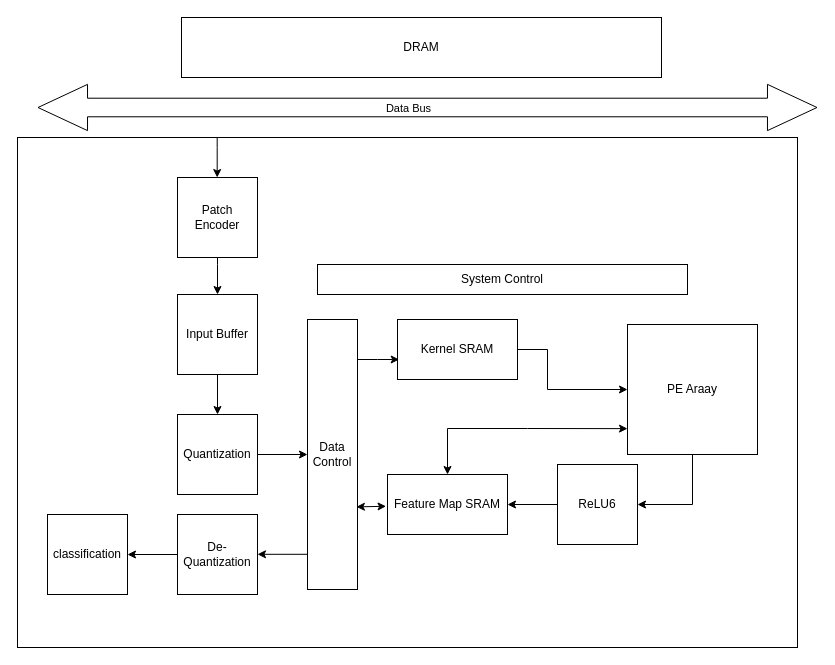
Earlier version of the draw.io diagram 未命名绘图.drawio (jihuien/ML100Days). Source tidied: cells renumbered, new cells numbered last; positions are measured from the earlier drawing's top-left corner, leaving out a move shared by most shapes. Both pictures are drawn from the tidied source at 100%, with x=0, y=0 at pixel (17, 17).
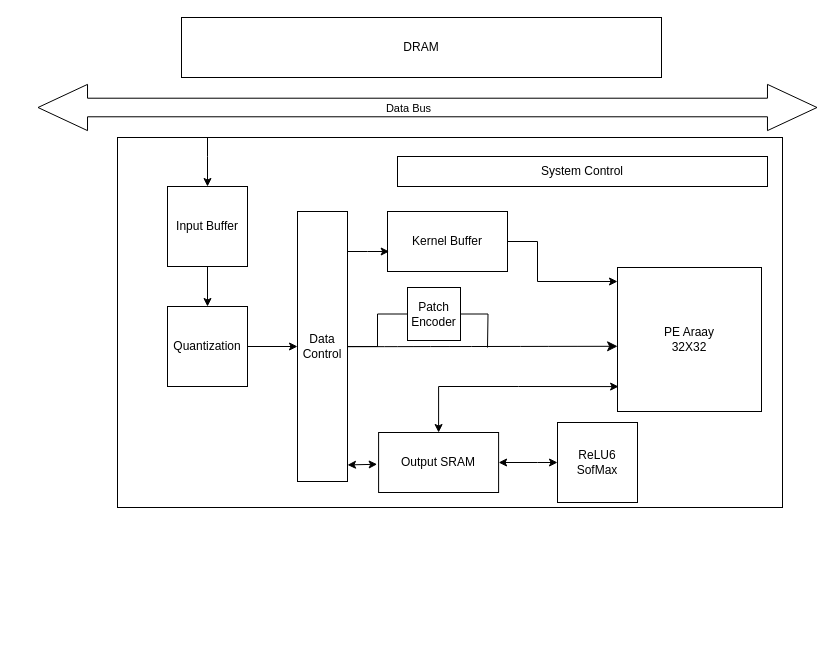
After the change.

Commit message:
更新未命名绘图.drawio

What changed in the source:
```diff
@@
+    <mxCell id="3" style="rounded=0;whiteSpace=wrap;html=1;" parent="1" vertex="1">
+      <mxGeometry x="100" y="120" width="665" height="370" as="geometry" />
+    </mxCell>
@@
-    <mxCell id="3" style="rounded=0;whiteSpace=wrap;html=1;" parent="1" vertex="1">
-      <mxGeometry y="120" width="780" height="510" as="geometry" />
-    </mxCell>
     <mxCell id="4" style="edgeStyle=orthogonalEdgeStyle;rounded=0;jettySize=auto;html=1;exitX=1;exitY=0.5;exitDx=0;exitDy=0;" parent="1" edge="1" source="5" target="7">
       <mxGeometry relative="1" as="geometry">
         <Array as="points">
-          <mxPoint x="530" y="332" />
-          <mxPoint x="530" y="372" />
+          <mxPoint x="520" y="224" />
+          <mxPoint x="520" y="264" />
         </Array>
       </mxGeometry>
     </mxCell>
-    <mxCell id="5" value="Kernel SRAM" style="rounded=0;whiteSpace=wrap;html=1;" parent="1" vertex="1">
-      <mxGeometry x="380" y="302" width="120" height="60" as="geometry" />
+    <mxCell id="5" value="Kernel Buffer" style="rounded=0;whiteSpace=wrap;html=1;" parent="1" vertex="1">
+      <mxGeometry x="370" y="194" width="120" height="60" as="geometry" />
     </mxCell>
-    <mxCell id="6" style="edgeStyle=orthogonalEdgeStyle;rounded=0;jettySize=auto;html=1;entryX=1;entryY=0.5;entryDx=0;entryDy=0;" parent="1" edge="1" source="7" target="27">
-      <mxGeometry relative="1" as="geometry" />
-    </mxCell>
-    <mxCell id="7" value="PE Araay" style="whiteSpace=wrap;html=1;" parent="1" vertex="1">
-      <mxGeometry x="610" y="307" width="130" height="130" as="geometry" />
+    <mxCell id="7" value="PE Araay&lt;div&gt;32X32&lt;/div&gt;" style="whiteSpace=wrap;html=1;" parent="1" vertex="1">
+      <mxGeometry x="600" y="250" width="144" height="144" as="geometry" />
     </mxCell>
     <mxCell id="8" value="System Control" style="rounded=0;whiteSpace=wrap;html=1;" parent="1" vertex="1">
-      <mxGeometry x="300" y="247" width="370" height="30" as="geometry" />
+      <mxGeometry x="380" y="139" width="370" height="30" as="geometry" />
     </mxCell>
+    <mxCell id="29" style="edgeStyle=orthogonalEdgeStyle;rounded=0;jettySize=auto;html=1;entryX=0;entryY=0.5;entryDx=0;entryDy=0;fontSize=12;startSize=8;endSize=8;endArrow=none;startFill=0;" parent="1" edge="1" source="9" target="23">
+      <mxGeometry relative="1" as="geometry" />
+    </mxCell>
     <mxCell id="9" value="Data Control" style="rounded=0;whiteSpace=wrap;html=1;" parent="1" vertex="1">
-      <mxGeometry x="290" y="302" width="50" height="270" as="geometry" />
+      <mxGeometry x="280" y="194" width="50" height="270" as="geometry" />
     </mxCell>
@@
     <mxCell id="11" value="Quantization" style="whiteSpace=wrap;html=1;" parent="1" vertex="1">
-      <mxGeometry x="160" y="397" width="80" height="80" as="geometry" />
+      <mxGeometry x="150" y="289" width="80" height="80" as="geometry" />
     </mxCell>
@@
     <mxCell id="13" value="Input Buffer" style="whiteSpace=wrap;html=1;" parent="1" vertex="1">
-      <mxGeometry x="160" y="277" width="80" height="80" as="geometry" />
+      <mxGeometry x="150" y="169" width="80" height="80" as="geometry" />
     </mxCell>
     <mxCell id="14" style="endArrow=classic;html=1;rounded=0;entryX=0.5;entryY=0;entryDx=0;entryDy=0;" parent="1" edge="1" target="13">
       <mxGeometry relative="1" as="geometry">
-        <mxPoint x="200" y="237" as="sourcePoint" />
+        <mxPoint x="190" y="120" as="sourcePoint" />
         <Array as="points">
-          <mxPoint x="200" y="247" />
+          <mxPoint x="190" y="139" />
         </Array>
       </mxGeometry>
     </mxCell>
-    <mxCell id="15" value="Feature Map SRAM" style="rounded=0;whiteSpace=wrap;html=1;" parent="1" vertex="1">
-      <mxGeometry x="370" y="457" width="120" height="60" as="geometry" />
+    <mxCell id="15" value="Output SRAM" style="rounded=0;whiteSpace=wrap;html=1;" parent="1" vertex="1">
+      <mxGeometry x="361.1" y="415" width="120" height="60" as="geometry" />
     </mxCell>
-    <mxCell id="16" style="edgeStyle=orthogonalEdgeStyle;rounded=0;jettySize=auto;html=1;entryX=0;entryY=0.801;entryDx=0;entryDy=0;entryPerimeter=0;startArrow=classic;startFill=1;" parent="1" edge="1" source="15" target="7">
+    <mxCell id="16" style="edgeStyle=orthogonalEdgeStyle;rounded=0;jettySize=auto;html=1;entryX=0;entryY=0.801;entryDx=0;entryDy=0;entryPerimeter=0;startArrow=classic;startFill=1;" parent="1" edge="1" source="15">
       <mxGeometry relative="1" as="geometry">
+        <mxPoint x="601.1" y="369.1" as="targetPoint" />
         <Array as="points">
-          <mxPoint x="510" y="411" />
-          <mxPoint x="510" y="411" />
+          <mxPoint x="501.1" y="369" />
+          <mxPoint x="501.1" y="369" />
         </Array>
       </mxGeometry>
     </mxCell>
-    <mxCell id="17" value="classification" style="whiteSpace=wrap;html=1;" parent="1" vertex="1">
-      <mxGeometry x="30" y="497" width="80" height="80" as="geometry" />
-    </mxCell>
     <mxCell id="18" style="edgeStyle=orthogonalEdgeStyle;rounded=0;jettySize=auto;html=1;entryX=0.014;entryY=0.667;entryDx=0;entryDy=0;entryPerimeter=0;" parent="1" edge="1" source="9" target="5">
       <mxGeometry relative="1" as="geometry">
         <Array as="points">
-          <mxPoint x="360" y="342" />
-          <mxPoint x="360" y="342" />
+          <mxPoint x="350" y="234" />
+          <mxPoint x="350" y="234" />
         </Array>
       </mxGeometry>
     </mxCell>
-    <mxCell id="19" style="edgeStyle=orthogonalEdgeStyle;rounded=0;jettySize=auto;html=1;" parent="1" edge="1" source="20" target="17">
-      <mxGeometry relative="1" as="geometry" />
-    </mxCell>
-    <mxCell id="20" value="De-Quantization" style="whiteSpace=wrap;html=1;" parent="1" vertex="1">
-      <mxGeometry x="160" y="497" width="80" height="80" as="geometry" />
-    </mxCell>
@@
+    <mxCell id="30" style="rounded=0;jettySize=auto;html=1;exitX=1;exitY=0.5;exitDx=0;exitDy=0;fontSize=12;startSize=8;endSize=8;edgeStyle=orthogonalEdgeStyle;endArrow=none;endFill=1;startFill=0;" parent="1" edge="1" source="23">
+      <mxGeometry relative="1" as="geometry">
+        <mxPoint x="470" y="330" as="targetPoint" />
+      </mxGeometry>
+    </mxCell>
     <mxCell id="23" value="Patch Encoder" style="whiteSpace=wrap;html=1;" parent="1" vertex="1">
-      <mxGeometry x="160" y="160" width="80" height="80" as="geometry" />
+      <mxGeometry x="390" y="270" width="53" height="53" as="geometry" />
     </mxCell>
-    <mxCell id="24" style="edgeStyle=orthogonalEdgeStyle;rounded=0;orthogonalLoop=1;jettySize=auto;html=1;" parent="1" edge="1">
-      <mxGeometry relative="1" as="geometry">
-        <mxPoint x="290" y="536.8" as="sourcePoint" />
-        <mxPoint x="240" y="536.8" as="targetPoint" />
-      </mxGeometry>
-    </mxCell>
-    <mxCell id="25" style="endArrow=classic;html=1;rounded=0;entryX=0.5;entryY=0;entryDx=0;entryDy=0;" parent="1" edge="1">
-      <mxGeometry relative="1" as="geometry">
-        <mxPoint x="199.7" y="120" as="sourcePoint" />
-        <mxPoint x="199.7" y="160" as="targetPoint" />
-        <Array as="points">
-          <mxPoint x="199.7" y="130" />
-        </Array>
-      </mxGeometry>
-    </mxCell>
-    <mxCell id="26" style="edgeStyle=orthogonalEdgeStyle;rounded=0;jettySize=auto;html=1;" parent="1" edge="1" source="27" target="15">
-      <mxGeometry relative="1" as="geometry" />
+    <mxCell id="26" style="edgeStyle=orthogonalEdgeStyle;rounded=0;jettySize=auto;html=1;startArrow=classic;startFill=1;" parent="1" edge="1" source="27" target="15">
+      <mxGeometry relative="1" as="geometry">
+        <Array as="points">
+          <mxPoint x="520" y="445" />
+          <mxPoint x="520" y="445" />
+        </Array>
+      </mxGeometry>
     </mxCell>
-    <mxCell id="27" value="ReLU6" style="whiteSpace=wrap;html=1;" parent="1" vertex="1">
-      <mxGeometry x="540" y="447" width="80" height="80" as="geometry" />
+    <mxCell id="27" value="ReLU6&lt;div&gt;SofMax&lt;/div&gt;" style="whiteSpace=wrap;html=1;" parent="1" vertex="1">
+      <mxGeometry x="540" y="405" width="80" height="80" as="geometry" />
     </mxCell>
-    <mxCell id="28" style="endArrow=classic;startArrow=classic;html=1;rounded=0;entryX=-0.012;entryY=0.53;entryDx=0;entryDy=0;exitX=0.978;exitY=0.694;exitDx=0;exitDy=0;exitPerimeter=0;entryPerimeter=0;" parent="1" edge="1" source="9" target="15">
-      <mxGeometry relative="1" as="geometry" />
+    <mxCell id="28" style="endArrow=classic;startArrow=classic;html=1;rounded=0;entryX=-0.012;entryY=0.53;entryDx=0;entryDy=0;exitX=0.978;exitY=0.694;exitDx=0;exitDy=0;exitPerimeter=0;entryPerimeter=0;" parent="1" edge="1" target="15">
+      <mxGeometry relative="1" as="geometry">
+        <mxPoint x="330" y="447.4" as="sourcePoint" />
+      </mxGeometry>
     </mxCell>
+    <mxCell id="31" style="edgeStyle=none;curved=1;rounded=0;orthogonalLoop=1;jettySize=auto;html=1;entryX=0.001;entryY=0.545;entryDx=0;entryDy=0;entryPerimeter=0;fontSize=12;startSize=8;endSize=8;" parent="1" edge="1">
+      <mxGeometry relative="1" as="geometry">
+        <mxPoint x="330" y="329.2" as="sourcePoint" />
+        <mxPoint x="600.1" y="328.8" as="targetPoint" />
+      </mxGeometry>
+    </mxCell>
```
